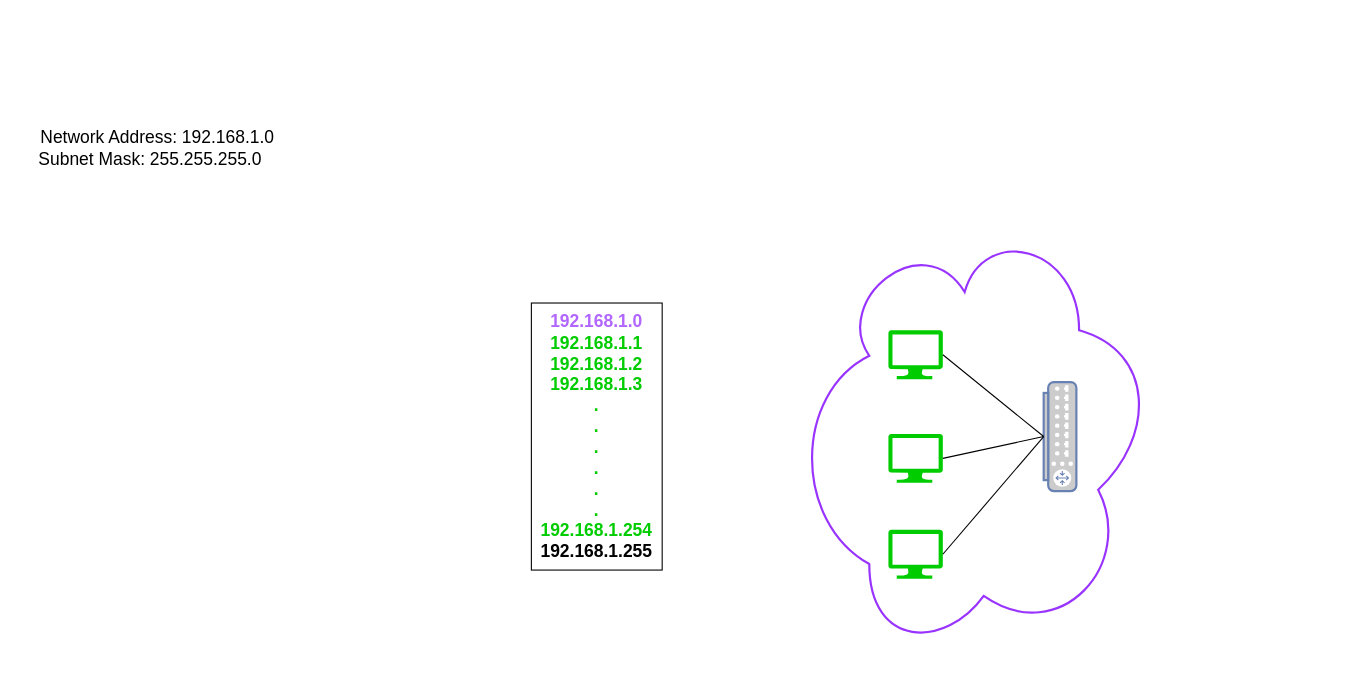
Earlier version of the draw.io diagram Address types.drawio (ProTapia/IST-215-Notes). Source tidied: cells renumbered, new cells numbered last; positions are measured from the earlier drawing's top-left corner, leaving out a move shared by most shapes. Both pictures are drawn from the tidied source at 109%, with x=0, y=0 at pixel (19, 125).
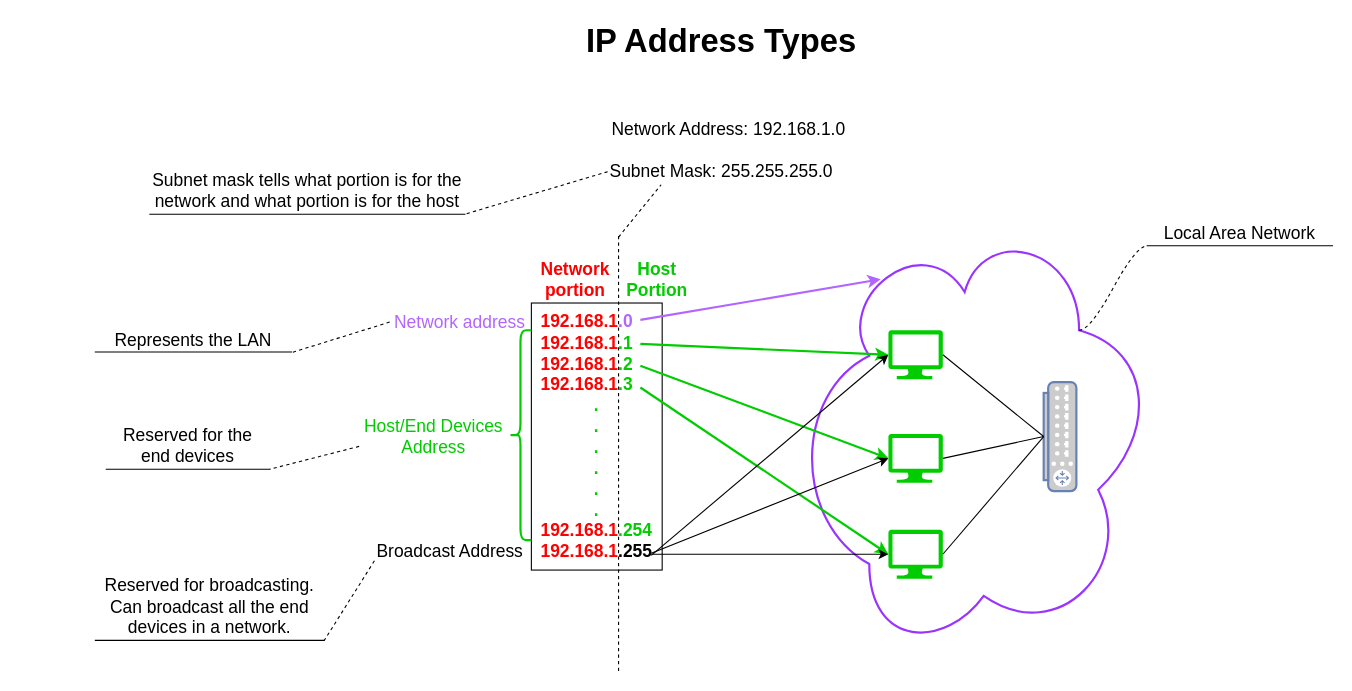
The same diagram, later.

The change refers to these unchanged cells:
```xml
<mxCell id="2" style="ellipse;shape=cloud;whiteSpace=wrap;html=1;fillColor=none;fontSize=16;direction=south;strokeWidth=2;strokeColor=#9933FF;" parent="1" vertex="1">
  <mxGeometry x="710" y="90" width="350" height="390" as="geometry" />
</mxCell>
<mxCell id="4" style="verticalLabelPosition=bottom;html=1;verticalAlign=top;align=center;strokeColor=none;fillColor=#00CC00;shape=mxgraph.azure.computer;fontSize=16;direction=east;" parent="1" vertex="1">
  <mxGeometry x="797.5" y="282.5" width="50" height="45" as="geometry" />
</mxCell>
<mxCell id="5" style="verticalLabelPosition=bottom;html=1;verticalAlign=top;align=center;strokeColor=none;fillColor=#00CC00;shape=mxgraph.azure.computer;fontSize=16;direction=east;" parent="1" vertex="1">
  <mxGeometry x="797.5" y="370.5" width="50" height="45" as="geometry" />
</mxCell>
<mxCell id="6" style="verticalLabelPosition=bottom;html=1;verticalAlign=top;align=center;strokeColor=none;fillColor=#00CC00;shape=mxgraph.azure.computer;fontSize=16;direction=east;" parent="1" vertex="1">
  <mxGeometry x="797.5" y="187.5" width="50" height="45" as="geometry" />
</mxCell>
```

Change to the diagram source:
```diff
@@
-    <mxCell id="3" value="&amp;nbsp; &amp;nbsp;Network Address: 192.168.1.0&lt;br style=&quot;font-size: 16px;&quot;&gt;Subnet Mask: 255.255.255.0" style="text;html=1;align=center;verticalAlign=middle;points=[];fontSize=16;" parent="1" vertex="1">
-      <mxGeometry width="240" height="40" as="geometry" />
+    <mxCell id="3" value="&amp;nbsp; &amp;nbsp;Network Address: 192.168.1.0&lt;br&gt;&lt;br style=&quot;font-size: 16px&quot;&gt;Subnet Mask: 255.255.255.0" style="text;html=1;align=center;verticalAlign=middle;points=[];fontSize=16;" parent="1" vertex="1">
+      <mxGeometry x="524" y="-8" width="240" height="60" as="geometry" />
     </mxCell>
@@
-    <mxCell id="11" value="&lt;b&gt;&lt;font color=&quot;#b266ff&quot;&gt;192.168.1.0&lt;br&gt;&lt;/font&gt;&lt;font color=&quot;#00cc00&quot;&gt;&lt;span style=&quot;white-space: nowrap&quot;&gt;192.168.1.1&lt;br&gt;&lt;/span&gt;&lt;span style=&quot;white-space: nowrap&quot;&gt;192.168.1.2&lt;br&gt;&lt;/span&gt;&lt;span style=&quot;white-space: nowrap&quot;&gt;192.168.1.3&lt;br&gt;&lt;/span&gt;.&lt;br&gt;.&lt;br&gt;.&lt;br&gt;.&lt;br&gt;.&lt;br&gt;.&lt;br&gt;&lt;/font&gt;&lt;span style=&quot;white-space: nowrap&quot;&gt;&lt;font color=&quot;#00cc00&quot;&gt;192.168.1.254&lt;/font&gt;&lt;br&gt;&lt;/span&gt;&lt;span style=&quot;white-space: nowrap&quot;&gt;192.168.1.255&lt;/span&gt;&lt;/b&gt;" style="rounded=0;whiteSpace=wrap;html=1;fillColor=none;fontSize=16;" parent="1" vertex="1">
+    <mxCell id="11" value="&lt;b&gt;&lt;font color=&quot;#ff0000&quot;&gt;192.168.1&lt;/font&gt;&lt;font color=&quot;#b266ff&quot;&gt;.0&amp;nbsp; &amp;nbsp;&amp;nbsp;&lt;br&gt;&lt;/font&gt;&lt;span style=&quot;white-space: nowrap&quot;&gt;&lt;font color=&quot;#ff0000&quot;&gt;192.168.1&lt;/font&gt;&lt;font color=&quot;#00cc00&quot;&gt;.1&amp;nbsp; &amp;nbsp;&amp;nbsp;&lt;/font&gt;&lt;br&gt;&lt;/span&gt;&lt;span style=&quot;white-space: nowrap&quot;&gt;&lt;font color=&quot;#ff0000&quot;&gt;192.168.1&lt;/font&gt;&lt;/span&gt;&lt;span style=&quot;color: rgb(0 , 204 , 0) ; white-space: nowrap&quot;&gt;.2&amp;nbsp; &amp;nbsp;&amp;nbsp;&lt;br&gt;&lt;/span&gt;&lt;span style=&quot;white-space: nowrap&quot;&gt;&lt;font color=&quot;#ff0000&quot;&gt;192.168.1&lt;/font&gt;&lt;/span&gt;&lt;span style=&quot;color: rgb(0 , 204 , 0) ; white-space: nowrap&quot;&gt;.3&amp;nbsp; &amp;nbsp;&amp;nbsp;&lt;br&gt;&lt;/span&gt;&lt;font color=&quot;#00cc00&quot;&gt;.&lt;/font&gt;&lt;br&gt;&lt;font color=&quot;#00cc00&quot;&gt;.&lt;/font&gt;&lt;br&gt;&lt;font color=&quot;#00cc00&quot;&gt;.&lt;/font&gt;&lt;br&gt;&lt;font color=&quot;#00cc00&quot;&gt;.&lt;/font&gt;&lt;br&gt;&lt;font color=&quot;#00cc00&quot;&gt;.&lt;/font&gt;&lt;br&gt;&lt;font color=&quot;#00cc00&quot;&gt;.&lt;/font&gt;&lt;br&gt;&lt;span style=&quot;white-space: nowrap&quot;&gt;&lt;font color=&quot;#ff0000&quot;&gt;192.168.1&lt;/font&gt;&lt;font color=&quot;#00cc00&quot;&gt;.254&lt;/font&gt;&lt;br&gt;&lt;/span&gt;&lt;span style=&quot;white-space: nowrap&quot;&gt;&lt;font color=&quot;#ff0000&quot;&gt;192.168.1&lt;/font&gt;.255&lt;/span&gt;&lt;/b&gt;" style="rounded=0;whiteSpace=wrap;html=1;fillColor=none;fontSize=16;" parent="1" vertex="1">
       <mxGeometry x="470" y="162.5" width="120" height="245" as="geometry" />
     </mxCell>
+    <mxCell id="12" style="endArrow=none;dashed=1;html=1;fontSize=16;strokeColor=#000000;" parent="1" edge="1">
+      <mxGeometry relative="1" as="geometry">
+        <mxPoint x="550" y="500" as="sourcePoint" />
+        <mxPoint x="550" y="100" as="targetPoint" />
+      </mxGeometry>
+    </mxCell>
+    <mxCell id="13" value="&lt;font color=&quot;#ff0000&quot;&gt;Network &lt;br&gt;portion&lt;/font&gt;" style="text;html=1;align=center;verticalAlign=middle;fontSize=16;fontStyle=1;" parent="1" vertex="1">
+      <mxGeometry x="470" y="121" width="80" height="40" as="geometry" />
+    </mxCell>
+    <mxCell id="14" value="Host&lt;br&gt;Portion" style="text;html=1;align=center;verticalAlign=middle;fontSize=16;fontColor=#00CC00;fontStyle=1;" parent="1" vertex="1">
+      <mxGeometry x="550" y="121" width="70" height="40" as="geometry" />
+    </mxCell>
+    <mxCell id="15" value="Network address" style="text;html=1;align=center;verticalAlign=middle;fontSize=16;fontColor=#B266FF;" parent="1" vertex="1">
+      <mxGeometry x="334" y="170" width="140" height="20" as="geometry" />
+    </mxCell>
+    <mxCell id="16" style="shape=curlyBracket;whiteSpace=wrap;html=1;rounded=1;strokeColor=#00CC00;strokeWidth=2;fillColor=#00CC00;fontSize=16;fontColor=#000000;" parent="1" vertex="1">
+      <mxGeometry x="450" y="187.5" width="20" height="192.5" as="geometry" />
+    </mxCell>
+    <mxCell id="17" value="Host/End Devices&lt;br&gt;Address" style="text;html=1;align=center;verticalAlign=middle;points=[];fontSize=16;fontColor=#00CC00;" parent="1" vertex="1">
+      <mxGeometry x="310" y="265" width="140" height="40" as="geometry" />
+    </mxCell>
+    <mxCell id="18" value="Broadcast Address" style="text;html=1;align=center;verticalAlign=middle;points=[];fontSize=16;fontColor=#000000;" parent="1" vertex="1">
+      <mxGeometry x="320" y="380" width="150" height="20" as="geometry" />
+    </mxCell>
+    <mxCell id="19" style="endArrow=classic;html=1;strokeColor=#B266FF;fontSize=16;fontColor=#B266FF;entryX=0.13;entryY=0.77;entryDx=0;entryDy=0;entryPerimeter=0;strokeWidth=2;" parent="1" edge="1" target="2">
+      <mxGeometry relative="1" as="geometry">
+        <mxPoint x="570" y="178" as="sourcePoint" />
+      </mxGeometry>
+    </mxCell>
+    <mxCell id="20" style="endArrow=classic;html=1;strokeColor=#00CC00;fontSize=16;fontColor=#000000;entryX=0;entryY=0.5;entryDx=0;entryDy=0;entryPerimeter=0;strokeWidth=2;" parent="1" edge="1" target="6">
+      <mxGeometry relative="1" as="geometry">
+        <mxPoint x="570" y="200" as="sourcePoint" />
+      </mxGeometry>
+    </mxCell>
+    <mxCell id="21" style="endArrow=classic;html=1;strokeColor=#00CC00;fontSize=16;fontColor=#000000;entryX=0;entryY=0.5;entryDx=0;entryDy=0;entryPerimeter=0;strokeWidth=2;" parent="1" edge="1" target="4">
+      <mxGeometry relative="1" as="geometry">
+        <mxPoint x="570" y="220" as="sourcePoint" />
+      </mxGeometry>
+    </mxCell>
+    <mxCell id="22" style="endArrow=classic;html=1;strokeColor=#00CC00;fontSize=16;fontColor=#000000;entryX=0;entryY=0.5;entryDx=0;entryDy=0;entryPerimeter=0;strokeWidth=2;" parent="1" edge="1" target="5">
+      <mxGeometry relative="1" as="geometry">
+        <mxPoint x="570" y="240" as="sourcePoint" />
+      </mxGeometry>
+    </mxCell>
+    <mxCell id="23" style="endArrow=classic;html=1;strokeColor=#000000;strokeWidth=1;fontSize=16;fontColor=#B266FF;entryX=0;entryY=0.5;entryDx=0;entryDy=0;entryPerimeter=0;" parent="1" edge="1" target="5">
+      <mxGeometry relative="1" as="geometry">
+        <mxPoint x="580" y="393" as="sourcePoint" />
+      </mxGeometry>
+    </mxCell>
+    <mxCell id="24" style="endArrow=classic;html=1;strokeColor=#000000;fontSize=16;fontColor=#000000;entryX=0;entryY=0.5;entryDx=0;entryDy=0;entryPerimeter=0;" parent="1" edge="1" target="4">
+      <mxGeometry relative="1" as="geometry">
+        <mxPoint x="580" y="392" as="sourcePoint" />
+      </mxGeometry>
+    </mxCell>
+    <mxCell id="25" style="endArrow=classic;html=1;strokeColor=#000000;fontSize=16;fontColor=#000000;entryX=0;entryY=0.5;entryDx=0;entryDy=0;entryPerimeter=0;" parent="1" edge="1" target="6">
+      <mxGeometry relative="1" as="geometry">
+        <mxPoint x="580" y="394" as="sourcePoint" />
+      </mxGeometry>
+    </mxCell>
+    <mxCell id="26" value="IP Address Types" style="text;html=1;align=center;verticalAlign=middle;fontSize=30;fontColor=#000000;fontStyle=1;" parent="1" vertex="1">
+      <mxGeometry x="514" y="-98" width="260" height="40" as="geometry" />
+    </mxCell>
+    <mxCell id="27" value="Local Area Network" style="whiteSpace=wrap;html=1;shape=partialRectangle;top=0;left=0;bottom=1;right=0;points=[[0,1],[1,1]];strokeColor=#000000;fillColor=none;align=center;verticalAlign=bottom;routingCenterY=0.5;snapToPoint=1;fontSize=16;fontColor=#000000;" parent="1" vertex="1">
+      <mxGeometry x="1035" y="90" width="170" height="20" as="geometry" />
+    </mxCell>
+    <mxCell id="28" style="edgeStyle=entityRelationEdgeStyle;startArrow=none;endArrow=none;segment=10;curved=1;strokeColor=#000000;strokeWidth=1;fontSize=30;fontColor=#000000;dashed=1;exitX=0.25;exitY=0.25;exitDx=0;exitDy=0;exitPerimeter=0;" parent="1" edge="1" source="2" target="27">
+      <mxGeometry relative="1" as="geometry" />
+    </mxCell>
+    <mxCell id="29" style="endArrow=none;dashed=1;html=1;strokeColor=#000000;strokeWidth=1;fontSize=16;fontColor=#000000;entryX=0.271;entryY=1.033;entryDx=0;entryDy=0;entryPerimeter=0;" parent="1" edge="1" target="3">
+      <mxGeometry relative="1" as="geometry">
+        <mxPoint x="550" y="102" as="sourcePoint" />
+      </mxGeometry>
+    </mxCell>
+    <mxCell id="30" value="Subnet mask tells what portion is for the network and what portion is for the host" style="whiteSpace=wrap;html=1;shape=partialRectangle;top=0;left=0;bottom=1;right=0;points=[[0,1],[1,1]];strokeColor=#000000;fillColor=none;align=center;verticalAlign=bottom;routingCenterY=0.5;snapToPoint=1;fontSize=16;fontColor=#000000;" parent="1" vertex="1">
+      <mxGeometry x="120" y="61" width="289" height="20" as="geometry" />
+    </mxCell>
+    <mxCell id="31" style="startArrow=none;endArrow=none;segment=10;strokeColor=#000000;strokeWidth=1;fontSize=30;fontColor=#000000;dashed=1;" parent="1" edge="1" target="30">
+      <mxGeometry relative="1" as="geometry">
+        <mxPoint x="540" y="42" as="sourcePoint" />
+      </mxGeometry>
+    </mxCell>
+    <mxCell id="32" value="Represents the LAN" style="whiteSpace=wrap;html=1;shape=partialRectangle;top=0;left=0;bottom=1;right=0;points=[[0,1],[1,1]];strokeColor=#000000;fillColor=none;align=center;verticalAlign=bottom;routingCenterY=0.5;snapToPoint=1;fontSize=16;fontColor=#000000;" parent="1" vertex="1">
+      <mxGeometry x="70" y="187.5" width="180" height="20" as="geometry" />
+    </mxCell>
+    <mxCell id="33" style="startArrow=none;endArrow=none;segment=10;strokeColor=#000000;strokeWidth=1;fontSize=30;fontColor=#000000;dashed=1;" parent="1" edge="1" target="32">
+      <mxGeometry relative="1" as="geometry">
+        <mxPoint x="340" y="180" as="sourcePoint" />
+      </mxGeometry>
+    </mxCell>
+    <mxCell id="34" value="Reserved for the end devices" style="whiteSpace=wrap;html=1;shape=partialRectangle;top=0;left=0;bottom=1;right=0;points=[[0,1],[1,1]];strokeColor=#000000;fillColor=none;align=center;verticalAlign=bottom;routingCenterY=0.5;snapToPoint=1;fontSize=16;fontColor=#000000;" parent="1" vertex="1">
+      <mxGeometry x="80" y="295" width="150" height="20" as="geometry" />
+    </mxCell>
+    <mxCell id="35" style="startArrow=none;endArrow=none;segment=10;strokeColor=#000000;strokeWidth=1;fontSize=30;fontColor=#000000;dashed=1;exitX=0.014;exitY=0.725;exitDx=0;exitDy=0;exitPerimeter=0;" parent="1" edge="1" source="17" target="34">
+      <mxGeometry relative="1" as="geometry" />
+    </mxCell>
+    <mxCell id="36" value="Reserved for broadcasting. Can broadcast all the end devices in a network." style="whiteSpace=wrap;html=1;shape=partialRectangle;top=0;left=0;bottom=1;right=0;points=[[0,1],[1,1]];strokeColor=#000000;fillColor=none;align=center;verticalAlign=bottom;routingCenterY=0.5;snapToPoint=1;fontSize=16;fontColor=#000000;" parent="1" vertex="1">
+      <mxGeometry x="70" y="452" width="210" height="20" as="geometry" />
+    </mxCell>
+    <mxCell id="37" style="startArrow=none;endArrow=none;segment=10;strokeColor=#000000;strokeWidth=1;fontSize=30;fontColor=#000000;dashed=1;exitX=0.04;exitY=0.95;exitDx=0;exitDy=0;exitPerimeter=0;" parent="1" edge="1" source="18" target="36">
+      <mxGeometry relative="1" as="geometry" />
+    </mxCell>
```
